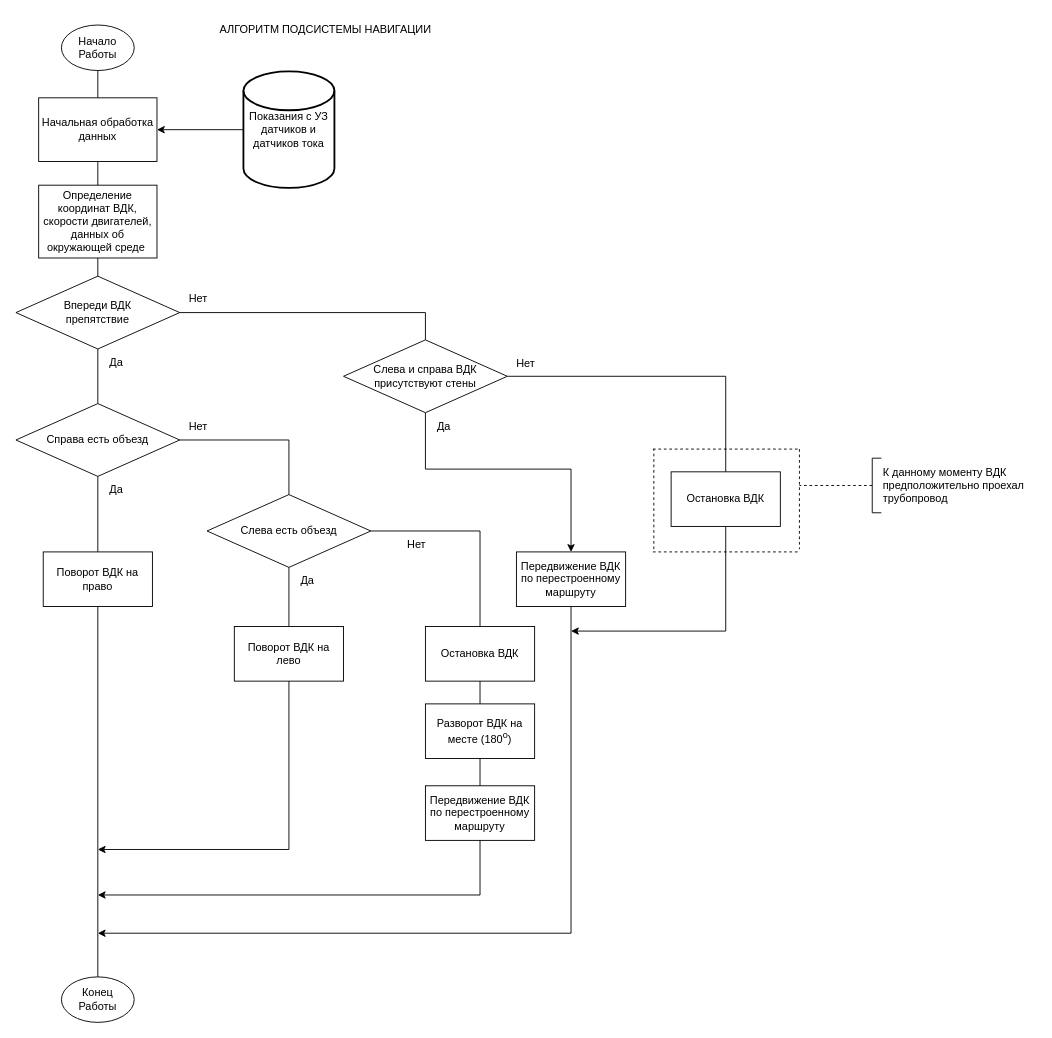
This is Наработки/Блок-схемы/Untitled Diagram.drawio from AlexRussellGit/VKR---Russell-Alexander, a draw.io file, before an edit. Source tidied: cells renumbered, new cells numbered last; positions are measured from the earlier drawing's top-left corner, leaving out a move shared by most shapes. Both pictures are drawn from the tidied source at 91%, with x=0, y=0 at pixel (15, 15).
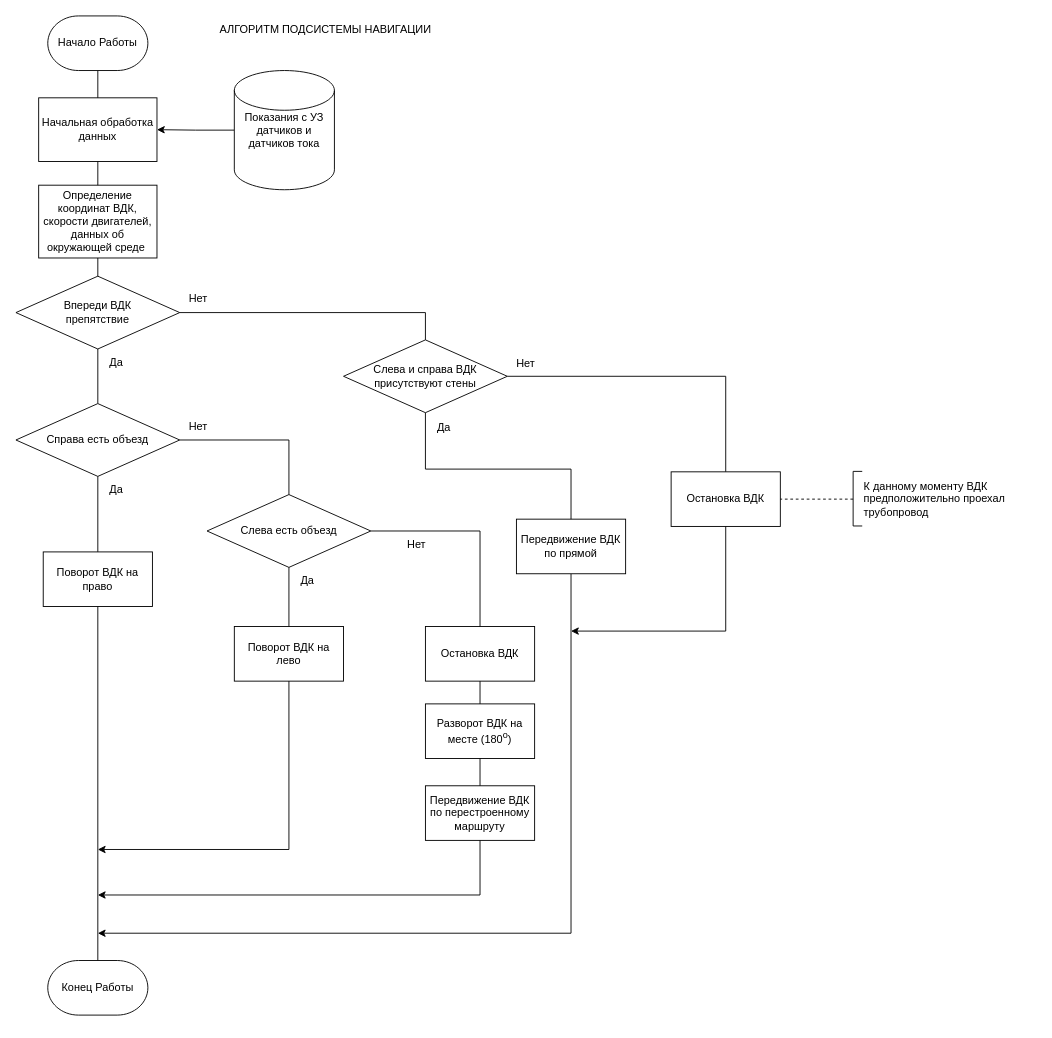
The same diagram, later.

The change refers to these unchanged cells:
```xml
<mxCell id="6" value="Начальная обработка данных" style="rounded=0;whiteSpace=wrap;html=1;" parent="1" vertex="1">
  <mxGeometry x="25" y="90" width="130" height="70" as="geometry" />
</mxCell>
<mxCell id="17" value="Слева и справа ВДК &lt;br&gt;присутствуют стены" style="rhombus;whiteSpace=wrap;html=1;" parent="1" vertex="1">
  <mxGeometry x="360" y="356" width="180" height="80" as="geometry" />
</mxCell>
<mxCell id="21" value="Остановка ВДК" style="rounded=0;whiteSpace=wrap;html=1;" parent="1" vertex="1">
  <mxGeometry x="720" y="501" width="120" height="60" as="geometry" />
</mxCell>
<mxCell id="26" value="Поворот ВДК на право" style="rounded=0;whiteSpace=wrap;html=1;" parent="1" vertex="1">
  <mxGeometry x="30" y="589" width="120" height="60" as="geometry" />
</mxCell>
```

Change to the diagram source:
```diff
@@
-    <mxCell id="2" value="Начало&lt;br&gt;Работы" style="ellipse;whiteSpace=wrap;html=1;" parent="1" vertex="1">
-      <mxGeometry x="50" y="10" width="80" height="50" as="geometry" />
-    </mxCell>
@@
-    <mxCell id="5" value="Показания с УЗ датчиков и датчиков тока" style="strokeWidth=2;html=1;shape=mxgraph.flowchart.database;whiteSpace=wrap;" parent="1" vertex="1">
-      <mxGeometry x="250" y="61" width="100" height="128" as="geometry" />
+    <mxCell id="5" value="Показания с УЗ датчиков и датчиков тока" style="strokeWidth=1;html=1;shape=mxgraph.flowchart.database;whiteSpace=wrap;" parent="1" vertex="1">
+      <mxGeometry x="240" y="60" width="110" height="131" as="geometry" />
     </mxCell>
@@
-    <mxCell id="7" style="endArrow=none;html=1;rounded=0;entryX=0.5;entryY=1;entryDx=0;entryDy=0;" parent="1" edge="1" source="6" target="2">
+    <mxCell id="7" style="endArrow=none;html=1;rounded=0;" parent="1" edge="1" source="6" target="2">
       <mxGeometry relative="1" as="geometry" />
     </mxCell>
@@
-    <mxCell id="16" style="edgeStyle=orthogonalEdgeStyle;rounded=0;jettySize=auto;html=1;" parent="1" edge="1" source="17" target="54">
-      <mxGeometry relative="1" as="geometry">
-        <Array as="points">
-          <mxPoint x="450" y="498" />
-          <mxPoint x="610" y="498" />
-        </Array>
-      </mxGeometry>
-    </mxCell>
@@
     <mxCell id="18" value="Да" style="text;html=1;align=center;verticalAlign=middle;strokeColor=none;fillColor=none;" parent="1" vertex="1">
-      <mxGeometry x="450" y="436" width="40" height="30" as="geometry" />
+      <mxGeometry x="450" y="438" width="40" height="30" as="geometry" />
     </mxCell>
@@
-    <mxCell id="39" value="Конец&lt;br&gt;Работы" style="ellipse;whiteSpace=wrap;html=1;" parent="1" vertex="1">
-      <mxGeometry x="50" y="1056" width="80" height="50" as="geometry" />
-    </mxCell>
-    <mxCell id="40" style="endArrow=none;html=1;rounded=0;exitX=0.5;exitY=0;exitDx=0;exitDy=0;entryX=0.5;entryY=1;entryDx=0;entryDy=0;" parent="1" edge="1" source="39" target="26">
+    <mxCell id="40" style="endArrow=none;html=1;rounded=0;entryX=0.5;entryY=1;entryDx=0;entryDy=0;" parent="1" edge="1" source="39" target="26">
       <mxGeometry relative="1" as="geometry" />
     </mxCell>
@@
-    <mxCell id="44" style="endArrow=none;dashed=1;html=1;rounded=0;" parent="1" edge="1">
-      <mxGeometry relative="1" as="geometry">
-        <mxPoint x="700" y="589" as="sourcePoint" />
-        <mxPoint x="860" y="589" as="targetPoint" />
-      </mxGeometry>
-    </mxCell>
-    <mxCell id="45" style="endArrow=none;dashed=1;html=1;rounded=0;" parent="1" edge="1">
-      <mxGeometry relative="1" as="geometry">
-        <mxPoint x="700" y="476" as="sourcePoint" />
-        <mxPoint x="860" y="476" as="targetPoint" />
-      </mxGeometry>
-    </mxCell>
-    <mxCell id="46" style="endArrow=none;dashed=1;html=1;rounded=0;" parent="1" edge="1">
-      <mxGeometry relative="1" as="geometry">
-        <mxPoint x="701" y="586" as="sourcePoint" />
-        <mxPoint x="701" y="476" as="targetPoint" />
-      </mxGeometry>
-    </mxCell>
-    <mxCell id="47" style="endArrow=none;dashed=1;html=1;rounded=0;" parent="1" edge="1">
-      <mxGeometry relative="1" as="geometry">
-        <mxPoint x="861" y="476" as="sourcePoint" />
-        <mxPoint x="861" y="586" as="targetPoint" />
-      </mxGeometry>
-    </mxCell>
-    <mxCell id="48" style="endArrow=none;dashed=1;html=1;rounded=0;" parent="1" edge="1">
+    <mxCell id="48" style="endArrow=none;dashed=1;html=1;rounded=0;entryX=1;entryY=0.5;entryDx=0;entryDy=0;" parent="1" edge="1" target="21">
       <mxGeometry relative="1" as="geometry">
-        <mxPoint x="941" y="516" as="sourcePoint" />
-        <mxPoint x="861" y="516" as="targetPoint" />
+        <mxPoint x="920" y="531" as="sourcePoint" />
       </mxGeometry>
     </mxCell>
     <mxCell id="49" style="endArrow=none;html=1;rounded=0;" parent="1" edge="1">
       <mxGeometry relative="1" as="geometry">
-        <mxPoint x="941" y="546" as="sourcePoint" />
-        <mxPoint x="941" y="486" as="targetPoint" />
+        <mxPoint x="920" y="560.5" as="sourcePoint" />
+        <mxPoint x="920" y="500.5" as="targetPoint" />
       </mxGeometry>
     </mxCell>
     <mxCell id="50" value="К данному моменту ВДК предположительно проехал трубопровод" style="text;html=1;strokeColor=none;fillColor=none;align=left;verticalAlign=middle;whiteSpace=wrap;rounded=0;" parent="1" vertex="1">
-      <mxGeometry x="951" y="501" width="170" height="30" as="geometry" />
+      <mxGeometry x="930" y="515.5" width="170" height="30" as="geometry" />
     </mxCell>
     <mxCell id="51" style="endArrow=none;html=1;rounded=0;" parent="1" edge="1">
       <mxGeometry relative="1" as="geometry">
-        <mxPoint x="951" y="486" as="sourcePoint" />
-        <mxPoint x="941" y="486" as="targetPoint" />
+        <mxPoint x="930" y="500.5" as="sourcePoint" />
+        <mxPoint x="920" y="500.5" as="targetPoint" />
       </mxGeometry>
     </mxCell>
     <mxCell id="52" style="endArrow=none;html=1;rounded=0;" parent="1" edge="1">
       <mxGeometry relative="1" as="geometry">
-        <mxPoint x="951" y="546" as="sourcePoint" />
-        <mxPoint x="941" y="546" as="targetPoint" />
+        <mxPoint x="930" y="560.5" as="sourcePoint" />
+        <mxPoint x="920" y="560.5" as="targetPoint" />
       </mxGeometry>
     </mxCell>
@@
-    <mxCell id="54" value="Передвижение ВДК по перестроенному маршруту" style="rounded=0;whiteSpace=wrap;html=1;" parent="1" vertex="1">
-      <mxGeometry x="550" y="589" width="120" height="60" as="geometry" />
+    <mxCell id="54" value="Передвижение ВДК по прямой" style="rounded=0;whiteSpace=wrap;html=1;" parent="1" vertex="1">
+      <mxGeometry x="550" y="553" width="120" height="60" as="geometry" />
     </mxCell>
+    <mxCell id="39" value="Конец Работы" style="strokeWidth=1;html=1;shape=mxgraph.flowchart.terminator;whiteSpace=wrap;" parent="1" vertex="1">
+      <mxGeometry x="35" y="1038" width="110" height="60" as="geometry" />
+    </mxCell>
+    <mxCell id="2" value="Начало Работы" style="strokeWidth=1;html=1;shape=mxgraph.flowchart.terminator;whiteSpace=wrap;" parent="1" vertex="1">
+      <mxGeometry x="35" width="110" height="60" as="geometry" />
+    </mxCell>
+    <mxCell id="55" style="endArrow=none;html=1;rounded=0;entryX=0.5;entryY=1;entryDx=0;entryDy=0;exitX=0.5;exitY=0;exitDx=0;exitDy=0;" parent="1" edge="1" source="54" target="17">
+      <mxGeometry relative="1" as="geometry">
+        <Array as="points">
+          <mxPoint x="610" y="498" />
+          <mxPoint x="450" y="498" />
+        </Array>
+      </mxGeometry>
+    </mxCell>
```
